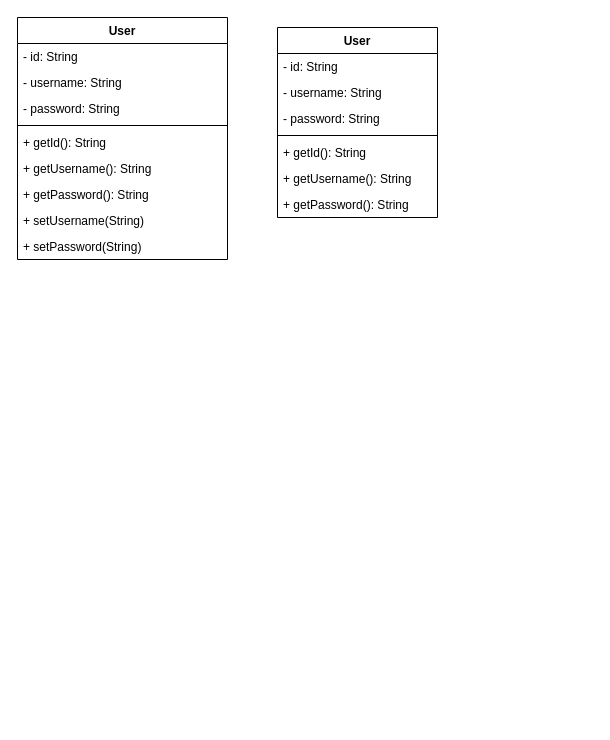
This is Kingpay.drawio from ezra-jeo/MCO1-ezra-jeo, a draw.io file, before an edit. Source tidied: cells renumbered, new cells numbered last; positions are measured from the earlier drawing's top-left corner, leaving out a move shared by most shapes. Both pictures are drawn from the tidied source at 100%, with x=0, y=0 at pixel (17, 17).
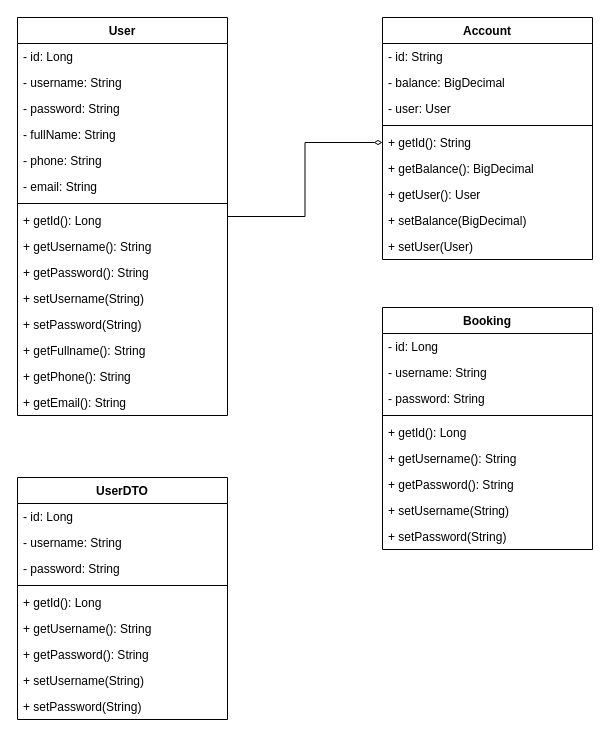
After the change.

Commit message:
feat: updated user diagram

Diff of the diagram source:
```diff
@@
+    <mxCell id="20" style="edgeStyle=orthogonalEdgeStyle;rounded=0;jettySize=auto;html=1;entryX=0;entryY=0.5;entryDx=0;entryDy=0;defaultLabelBackgroundColor=page;endArrow=diamondThin;endFill=0;fontSize=25;fontStyle=1;" parent="1" edge="1" source="2" target="17">
+      <mxGeometry relative="1" as="geometry" />
+    </mxCell>
     <mxCell id="2" value="User" style="swimlane;fontStyle=1;align=center;verticalAlign=top;horizontal=1;startSize=26;whiteSpace=wrap;html=1;" parent="1" vertex="1">
-      <mxGeometry width="210" height="242" as="geometry" />
+      <mxGeometry width="210" height="398" as="geometry" />
     </mxCell>
-    <mxCell id="3" value="- id: String" style="text;strokeColor=none;fillColor=none;align=left;verticalAlign=top;spacingLeft=4;spacingRight=4;overflow=hidden;whiteSpace=wrap;html=1;" parent="2" vertex="1">
+    <mxCell id="3" value="- id: Long" style="text;strokeColor=none;fillColor=none;align=left;verticalAlign=top;spacingLeft=4;spacingRight=4;overflow=hidden;whiteSpace=wrap;html=1;" parent="2" vertex="1">
       <mxGeometry y="26" width="210" height="26" as="geometry" />
     </mxCell>
@@
+    <mxCell id="21" value="- password: String" style="text;strokeColor=none;fillColor=none;align=left;verticalAlign=top;spacingLeft=4;spacingRight=4;overflow=hidden;whiteSpace=wrap;html=1;" parent="2" vertex="1">
+      <mxGeometry y="78" width="210" height="26" as="geometry" />
+    </mxCell>
-    <mxCell id="5" value="- password: String" style="text;strokeColor=none;fillColor=none;align=left;verticalAlign=top;spacingLeft=4;spacingRight=4;overflow=hidden;whiteSpace=wrap;html=1;" parent="2" vertex="1">
-      <mxGeometry y="78" width="210" height="26" as="geometry" />
+    <mxCell id="5" value="- fullName: String" style="text;strokeColor=none;fillColor=none;align=left;verticalAlign=top;spacingLeft=4;spacingRight=4;overflow=hidden;whiteSpace=wrap;html=1;" parent="2" vertex="1">
+      <mxGeometry y="104" width="210" height="26" as="geometry" />
     </mxCell>
+    <mxCell id="22" value="- phone: String" style="text;strokeColor=none;fillColor=none;align=left;verticalAlign=top;spacingLeft=4;spacingRight=4;overflow=hidden;whiteSpace=wrap;html=1;" parent="2" vertex="1">
+      <mxGeometry y="130" width="210" height="26" as="geometry" />
+    </mxCell>
+    <mxCell id="23" value="- email: String" style="text;strokeColor=none;fillColor=none;align=left;verticalAlign=top;spacingLeft=4;spacingRight=4;overflow=hidden;whiteSpace=wrap;html=1;" parent="2" vertex="1">
+      <mxGeometry y="156" width="210" height="26" as="geometry" />
+    </mxCell>
     <mxCell id="6" style="line;strokeWidth=1;fillColor=none;align=left;verticalAlign=middle;spacingTop=-1;spacingLeft=3;spacingRight=3;labelPosition=right;strokeColor=inherit;labelPerimeter=1;" parent="2" vertex="1">
-      <mxGeometry y="104" width="210" height="8" as="geometry" />
+      <mxGeometry y="182" width="210" height="8" as="geometry" />
     </mxCell>
-    <mxCell id="7" value="+ getId(): String" style="text;strokeColor=none;fillColor=none;align=left;verticalAlign=top;spacingLeft=4;spacingRight=4;overflow=hidden;whiteSpace=wrap;html=1;" parent="2" vertex="1">
-      <mxGeometry y="112" width="210" height="26" as="geometry" />
+    <mxCell id="7" value="+ getId(): Long" style="text;strokeColor=none;fillColor=none;align=left;verticalAlign=top;spacingLeft=4;spacingRight=4;overflow=hidden;whiteSpace=wrap;html=1;" parent="2" vertex="1">
+      <mxGeometry y="190" width="210" height="26" as="geometry" />
     </mxCell>
     <mxCell id="8" value="+ getUsername(): String" style="text;strokeColor=none;fillColor=none;align=left;verticalAlign=top;spacingLeft=4;spacingRight=4;overflow=hidden;whiteSpace=wrap;html=1;" parent="2" vertex="1">
-      <mxGeometry y="138" width="210" height="26" as="geometry" />
+      <mxGeometry y="216" width="210" height="26" as="geometry" />
     </mxCell>
     <mxCell id="9" value="+ getPassword(): String" style="text;strokeColor=none;fillColor=none;align=left;verticalAlign=top;spacingLeft=4;spacingRight=4;overflow=hidden;whiteSpace=wrap;html=1;" parent="2" vertex="1">
-      <mxGeometry y="164" width="210" height="26" as="geometry" />
+      <mxGeometry y="242" width="210" height="26" as="geometry" />
     </mxCell>
     <mxCell id="10" value="+ setUsername(String)" style="text;strokeColor=none;fillColor=none;align=left;verticalAlign=top;spacingLeft=4;spacingRight=4;overflow=hidden;whiteSpace=wrap;html=1;" parent="2" vertex="1">
-      <mxGeometry y="190" width="210" height="26" as="geometry" />
+      <mxGeometry y="268" width="210" height="26" as="geometry" />
     </mxCell>
     <mxCell id="11" value="+ setPassword(String)" style="text;strokeColor=none;fillColor=none;align=left;verticalAlign=top;spacingLeft=4;spacingRight=4;overflow=hidden;whiteSpace=wrap;html=1;" parent="2" vertex="1">
-      <mxGeometry y="216" width="210" height="26" as="geometry" />
+      <mxGeometry y="294" width="210" height="26" as="geometry" />
     </mxCell>
-    <mxCell id="12" value="User" style="swimlane;fontStyle=1;align=center;verticalAlign=top;horizontal=1;startSize=26;whiteSpace=wrap;html=1;" parent="1" vertex="1">
-      <mxGeometry x="260" y="10" width="160" height="190" as="geometry" />
-    </mxCell>
+    <mxCell id="24" value="+ getFullname(): String" style="text;strokeColor=none;fillColor=none;align=left;verticalAlign=top;spacingLeft=4;spacingRight=4;overflow=hidden;whiteSpace=wrap;html=1;" parent="2" vertex="1">
+      <mxGeometry y="320" width="210" height="26" as="geometry" />
+    </mxCell>
+    <mxCell id="25" value="+ getPhone(): String" style="text;strokeColor=none;fillColor=none;align=left;verticalAlign=top;spacingLeft=4;spacingRight=4;overflow=hidden;whiteSpace=wrap;html=1;" parent="2" vertex="1">
+      <mxGeometry y="346" width="210" height="26" as="geometry" />
+    </mxCell>
+    <mxCell id="26" value="+ getEmail(): String" style="text;strokeColor=none;fillColor=none;align=left;verticalAlign=top;spacingLeft=4;spacingRight=4;overflow=hidden;whiteSpace=wrap;html=1;" parent="2" vertex="1">
+      <mxGeometry y="372" width="210" height="26" as="geometry" />
+    </mxCell>
+    <mxCell id="27" value="Account" style="swimlane;fontStyle=1;align=center;verticalAlign=top;horizontal=1;startSize=26;whiteSpace=wrap;html=1;" parent="1" vertex="1">
+      <mxGeometry x="365" width="210" height="242" as="geometry" />
+    </mxCell>
-    <mxCell id="13" value="- id: String" style="text;strokeColor=none;fillColor=none;align=left;verticalAlign=top;spacingLeft=4;spacingRight=4;overflow=hidden;whiteSpace=wrap;html=1;" parent="12" vertex="1">
-      <mxGeometry y="26" width="160" height="26" as="geometry" />
+    <mxCell id="13" value="- id: String" style="text;strokeColor=none;fillColor=none;align=left;verticalAlign=top;spacingLeft=4;spacingRight=4;overflow=hidden;whiteSpace=wrap;html=1;" parent="27" vertex="1">
+      <mxGeometry y="26" width="210" height="26" as="geometry" />
     </mxCell>
-    <mxCell id="14" value="- username: String" style="text;strokeColor=none;fillColor=none;align=left;verticalAlign=top;spacingLeft=4;spacingRight=4;overflow=hidden;whiteSpace=wrap;html=1;" parent="12" vertex="1">
-      <mxGeometry y="52" width="160" height="26" as="geometry" />
-    </mxCell>
-    <mxCell id="15" value="- password: String" style="text;strokeColor=none;fillColor=none;align=left;verticalAlign=top;spacingLeft=4;spacingRight=4;overflow=hidden;whiteSpace=wrap;html=1;" parent="12" vertex="1">
-      <mxGeometry y="78" width="160" height="26" as="geometry" />
-    </mxCell>
-    <mxCell id="16" style="line;strokeWidth=1;fillColor=none;align=left;verticalAlign=middle;spacingTop=-1;spacingLeft=3;spacingRight=3;labelPosition=right;strokeColor=inherit;labelPerimeter=1;" parent="12" vertex="1">
-      <mxGeometry y="104" width="160" height="8" as="geometry" />
-    </mxCell>
+    <mxCell id="28" value="- balance: BigDecimal" style="text;strokeColor=none;fillColor=none;align=left;verticalAlign=top;spacingLeft=4;spacingRight=4;overflow=hidden;whiteSpace=wrap;html=1;" parent="27" vertex="1">
+      <mxGeometry y="52" width="210" height="26" as="geometry" />
+    </mxCell>
+    <mxCell id="29" value="- user: User" style="text;strokeColor=none;fillColor=none;align=left;verticalAlign=top;spacingLeft=4;spacingRight=4;overflow=hidden;whiteSpace=wrap;html=1;" parent="27" vertex="1">
+      <mxGeometry y="78" width="210" height="26" as="geometry" />
+    </mxCell>
+    <mxCell id="30" style="line;strokeWidth=1;fillColor=none;align=left;verticalAlign=middle;spacingTop=-1;spacingLeft=3;spacingRight=3;labelPosition=right;strokeColor=inherit;labelPerimeter=1;" parent="27" vertex="1">
+      <mxGeometry y="104" width="210" height="8" as="geometry" />
+    </mxCell>
-    <mxCell id="17" value="+ getId(): String" style="text;strokeColor=none;fillColor=none;align=left;verticalAlign=top;spacingLeft=4;spacingRight=4;overflow=hidden;points=[[0,0.5],[1,0.5]];portConstraint=eastwest;whiteSpace=wrap;html=1;" parent="12" vertex="1">
-      <mxGeometry y="112" width="160" height="26" as="geometry" />
+    <mxCell id="17" value="+ getId(): String" style="text;strokeColor=none;fillColor=none;align=left;verticalAlign=top;spacingLeft=4;spacingRight=4;overflow=hidden;points=[[0,0.5],[1,0.5]];portConstraint=eastwest;whiteSpace=wrap;html=1;" parent="27" vertex="1">
+      <mxGeometry y="112" width="210" height="26" as="geometry" />
     </mxCell>
-    <mxCell id="18" value="+ getUsername(): String" style="text;strokeColor=none;fillColor=none;align=left;verticalAlign=top;spacingLeft=4;spacingRight=4;overflow=hidden;whiteSpace=wrap;html=1;" parent="12" vertex="1">
-      <mxGeometry y="138" width="160" height="26" as="geometry" />
-    </mxCell>
-    <mxCell id="19" value="+ getPassword(): String" style="text;strokeColor=none;fillColor=none;align=left;verticalAlign=top;spacingLeft=4;spacingRight=4;overflow=hidden;whiteSpace=wrap;html=1;" parent="12" vertex="1">
-      <mxGeometry y="164" width="160" height="26" as="geometry" />
-    </mxCell>
+    <mxCell id="31" value="+ getBalance(): BigDecimal" style="text;strokeColor=none;fillColor=none;align=left;verticalAlign=top;spacingLeft=4;spacingRight=4;overflow=hidden;whiteSpace=wrap;html=1;" parent="27" vertex="1">
+      <mxGeometry y="138" width="210" height="26" as="geometry" />
+    </mxCell>
+    <mxCell id="32" value="+ getUser(): User" style="text;strokeColor=none;fillColor=none;align=left;verticalAlign=top;spacingLeft=4;spacingRight=4;overflow=hidden;whiteSpace=wrap;html=1;" parent="27" vertex="1">
+      <mxGeometry y="164" width="210" height="26" as="geometry" />
+    </mxCell>
+    <mxCell id="33" value="+ setBalance(BigDecimal)" style="text;strokeColor=none;fillColor=none;align=left;verticalAlign=top;spacingLeft=4;spacingRight=4;overflow=hidden;whiteSpace=wrap;html=1;" parent="27" vertex="1">
+      <mxGeometry y="190" width="210" height="26" as="geometry" />
+    </mxCell>
+    <mxCell id="34" value="+ setUser(User)" style="text;strokeColor=none;fillColor=none;align=left;verticalAlign=top;spacingLeft=4;spacingRight=4;overflow=hidden;whiteSpace=wrap;html=1;" parent="27" vertex="1">
+      <mxGeometry y="216" width="210" height="26" as="geometry" />
+    </mxCell>
+    <mxCell id="35" value="Booking" style="swimlane;fontStyle=1;align=center;verticalAlign=top;horizontal=1;startSize=26;whiteSpace=wrap;html=1;" parent="1" vertex="1">
+      <mxGeometry x="365" y="290" width="210" height="242" as="geometry" />
+    </mxCell>
+    <mxCell id="36" value="- id: Long" style="text;strokeColor=none;fillColor=none;align=left;verticalAlign=top;spacingLeft=4;spacingRight=4;overflow=hidden;whiteSpace=wrap;html=1;" parent="35" vertex="1">
+      <mxGeometry y="26" width="210" height="26" as="geometry" />
+    </mxCell>
+    <mxCell id="37" value="- username: String" style="text;strokeColor=none;fillColor=none;align=left;verticalAlign=top;spacingLeft=4;spacingRight=4;overflow=hidden;whiteSpace=wrap;html=1;" parent="35" vertex="1">
+      <mxGeometry y="52" width="210" height="26" as="geometry" />
+    </mxCell>
+    <mxCell id="38" value="- password: String" style="text;strokeColor=none;fillColor=none;align=left;verticalAlign=top;spacingLeft=4;spacingRight=4;overflow=hidden;whiteSpace=wrap;html=1;" parent="35" vertex="1">
+      <mxGeometry y="78" width="210" height="26" as="geometry" />
+    </mxCell>
+    <mxCell id="39" style="line;strokeWidth=1;fillColor=none;align=left;verticalAlign=middle;spacingTop=-1;spacingLeft=3;spacingRight=3;labelPosition=right;strokeColor=inherit;labelPerimeter=1;" parent="35" vertex="1">
+      <mxGeometry y="104" width="210" height="8" as="geometry" />
+    </mxCell>
+    <mxCell id="40" value="+ getId(): Long" style="text;strokeColor=none;fillColor=none;align=left;verticalAlign=top;spacingLeft=4;spacingRight=4;overflow=hidden;whiteSpace=wrap;html=1;" parent="35" vertex="1">
+      <mxGeometry y="112" width="210" height="26" as="geometry" />
+    </mxCell>
+    <mxCell id="41" value="+ getUsername(): String" style="text;strokeColor=none;fillColor=none;align=left;verticalAlign=top;spacingLeft=4;spacingRight=4;overflow=hidden;whiteSpace=wrap;html=1;" parent="35" vertex="1">
+      <mxGeometry y="138" width="210" height="26" as="geometry" />
+    </mxCell>
+    <mxCell id="42" value="+ getPassword(): String" style="text;strokeColor=none;fillColor=none;align=left;verticalAlign=top;spacingLeft=4;spacingRight=4;overflow=hidden;whiteSpace=wrap;html=1;" parent="35" vertex="1">
+      <mxGeometry y="164" width="210" height="26" as="geometry" />
+    </mxCell>
+    <mxCell id="43" value="+ setUsername(String)" style="text;strokeColor=none;fillColor=none;align=left;verticalAlign=top;spacingLeft=4;spacingRight=4;overflow=hidden;whiteSpace=wrap;html=1;" parent="35" vertex="1">
+      <mxGeometry y="190" width="210" height="26" as="geometry" />
+    </mxCell>
+    <mxCell id="44" value="+ setPassword(String)" style="text;strokeColor=none;fillColor=none;align=left;verticalAlign=top;spacingLeft=4;spacingRight=4;overflow=hidden;whiteSpace=wrap;html=1;" parent="35" vertex="1">
+      <mxGeometry y="216" width="210" height="26" as="geometry" />
+    </mxCell>
+    <mxCell id="45" value="UserDTO" style="swimlane;fontStyle=1;align=center;verticalAlign=top;horizontal=1;startSize=26;whiteSpace=wrap;html=1;" parent="1" vertex="1">
+      <mxGeometry y="460" width="210" height="242" as="geometry" />
+    </mxCell>
+    <mxCell id="46" value="- id: Long" style="text;strokeColor=none;fillColor=none;align=left;verticalAlign=top;spacingLeft=4;spacingRight=4;overflow=hidden;whiteSpace=wrap;html=1;" parent="45" vertex="1">
+      <mxGeometry y="26" width="210" height="26" as="geometry" />
+    </mxCell>
+    <mxCell id="47" value="- username: String" style="text;strokeColor=none;fillColor=none;align=left;verticalAlign=top;spacingLeft=4;spacingRight=4;overflow=hidden;whiteSpace=wrap;html=1;" parent="45" vertex="1">
+      <mxGeometry y="52" width="210" height="26" as="geometry" />
+    </mxCell>
+    <mxCell id="48" value="- password: String" style="text;strokeColor=none;fillColor=none;align=left;verticalAlign=top;spacingLeft=4;spacingRight=4;overflow=hidden;whiteSpace=wrap;html=1;" parent="45" vertex="1">
+      <mxGeometry y="78" width="210" height="26" as="geometry" />
+    </mxCell>
+    <mxCell id="49" style="line;strokeWidth=1;fillColor=none;align=left;verticalAlign=middle;spacingTop=-1;spacingLeft=3;spacingRight=3;labelPosition=right;strokeColor=inherit;labelPerimeter=1;" parent="45" vertex="1">
+      <mxGeometry y="104" width="210" height="8" as="geometry" />
+    </mxCell>
+    <mxCell id="50" value="+ getId(): Long" style="text;strokeColor=none;fillColor=none;align=left;verticalAlign=top;spacingLeft=4;spacingRight=4;overflow=hidden;whiteSpace=wrap;html=1;" parent="45" vertex="1">
+      <mxGeometry y="112" width="210" height="26" as="geometry" />
+    </mxCell>
+    <mxCell id="51" value="+ getUsername(): String" style="text;strokeColor=none;fillColor=none;align=left;verticalAlign=top;spacingLeft=4;spacingRight=4;overflow=hidden;whiteSpace=wrap;html=1;" parent="45" vertex="1">
+      <mxGeometry y="138" width="210" height="26" as="geometry" />
+    </mxCell>
+    <mxCell id="52" value="+ getPassword(): String" style="text;strokeColor=none;fillColor=none;align=left;verticalAlign=top;spacingLeft=4;spacingRight=4;overflow=hidden;whiteSpace=wrap;html=1;" parent="45" vertex="1">
+      <mxGeometry y="164" width="210" height="26" as="geometry" />
+    </mxCell>
+    <mxCell id="53" value="+ setUsername(String)" style="text;strokeColor=none;fillColor=none;align=left;verticalAlign=top;spacingLeft=4;spacingRight=4;overflow=hidden;whiteSpace=wrap;html=1;" parent="45" vertex="1">
+      <mxGeometry y="190" width="210" height="26" as="geometry" />
+    </mxCell>
+    <mxCell id="54" value="+ setPassword(String)" style="text;strokeColor=none;fillColor=none;align=left;verticalAlign=top;spacingLeft=4;spacingRight=4;overflow=hidden;whiteSpace=wrap;html=1;" parent="45" vertex="1">
+      <mxGeometry y="216" width="210" height="26" as="geometry" />
+    </mxCell>
```
